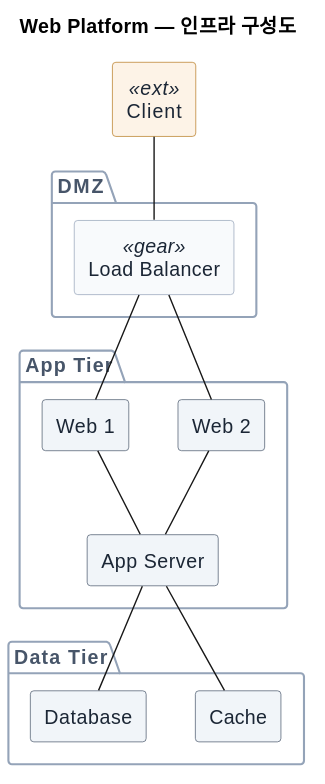
The PlantUML diagram docs/examples/puml/three-tier-topology.svg in SeokRae/flowcast, before a commit. Its source is kept beside it as docs/examples/puml/three-tier-topology.puml. Source of this version:
```plantuml
@startuml
skinparam backgroundColor #FFFFFF
skinparam rectangle {
  BackgroundColor #F1F5F9
  BackgroundColor<<ext>> #FDF3E7
  BackgroundColor<<gear>> #F8FAFC
  BackgroundColor<<fw>> #F8FAFC
  BackgroundColor<<l4>> #F8FAFC
  BorderColor #475569
  BorderColor<<ext>> #B7791F
  BorderColor<<gear>> #94A3B8
  BorderColor<<fw>> #8A6210
  BorderColor<<l4>> #1F6FD0
  FontColor #1B2635
}
skinparam package {
  BorderColor #94A3B8
  BackgroundColor transparent
  FontColor #475569
}
title Web Platform — 인프라 구성도
package "DMZ" {
  rectangle "Load Balancer" as lb <<gear>>
}
package "App Tier" {
  rectangle "Web 1" as web1
  rectangle "Web 2" as web2
  rectangle "App Server" as app1
}
package "Data Tier" {
  rectangle "Database" as db
  rectangle "Cache" as cache
}
rectangle "Client" as client <<ext>>

client -- lb
lb -- web1
lb -- web2
web1 -- app1
web2 -- app1
app1 -- db
app1 -- cache
@enduml
```
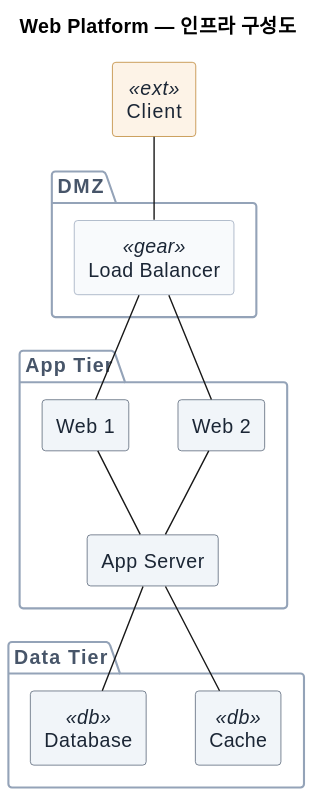
Above is the later version.

What changed in the source:
```diff
@@ -28,8 +28,8 @@
   rectangle "App Server" as app1
 }
 package "Data Tier" {
-  rectangle "Database" as db
-  rectangle "Cache" as cache
+  rectangle "Database" as db <<db>>
+  rectangle "Cache" as cache <<db>>
 }
 rectangle "Client" as client <<ext>>
 
```
